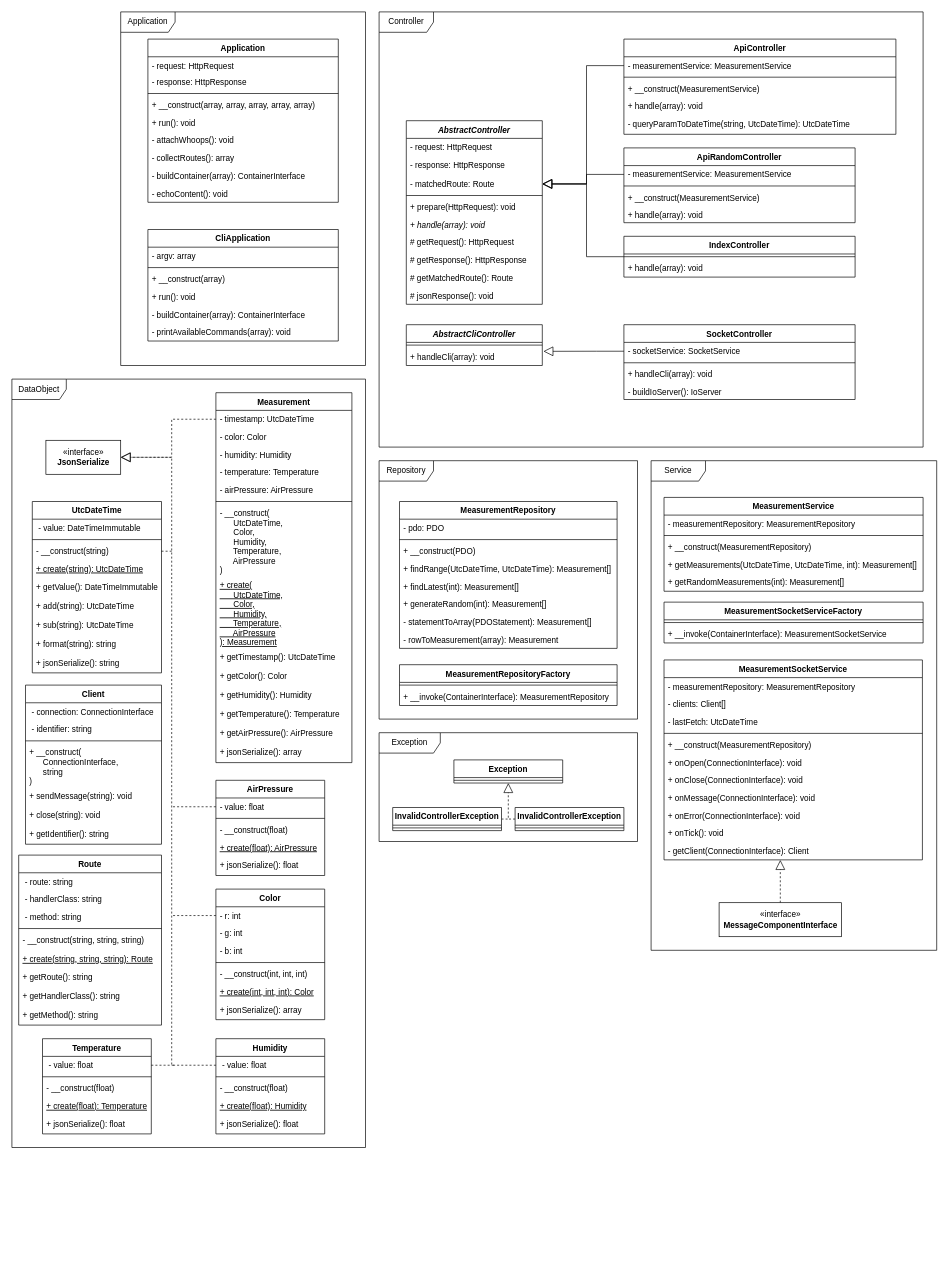
Earlier version of the draw.io diagram documentation/web-uml.drawio (trimethylpentan/sensorsystem). Source tidied: cells renumbered, new cells numbered last; positions are measured from the earlier drawing's top-left corner, leaving out a move shared by most shapes. Both pictures are drawn from the tidied source at 68%, with x=0, y=0 at pixel (12, 12).
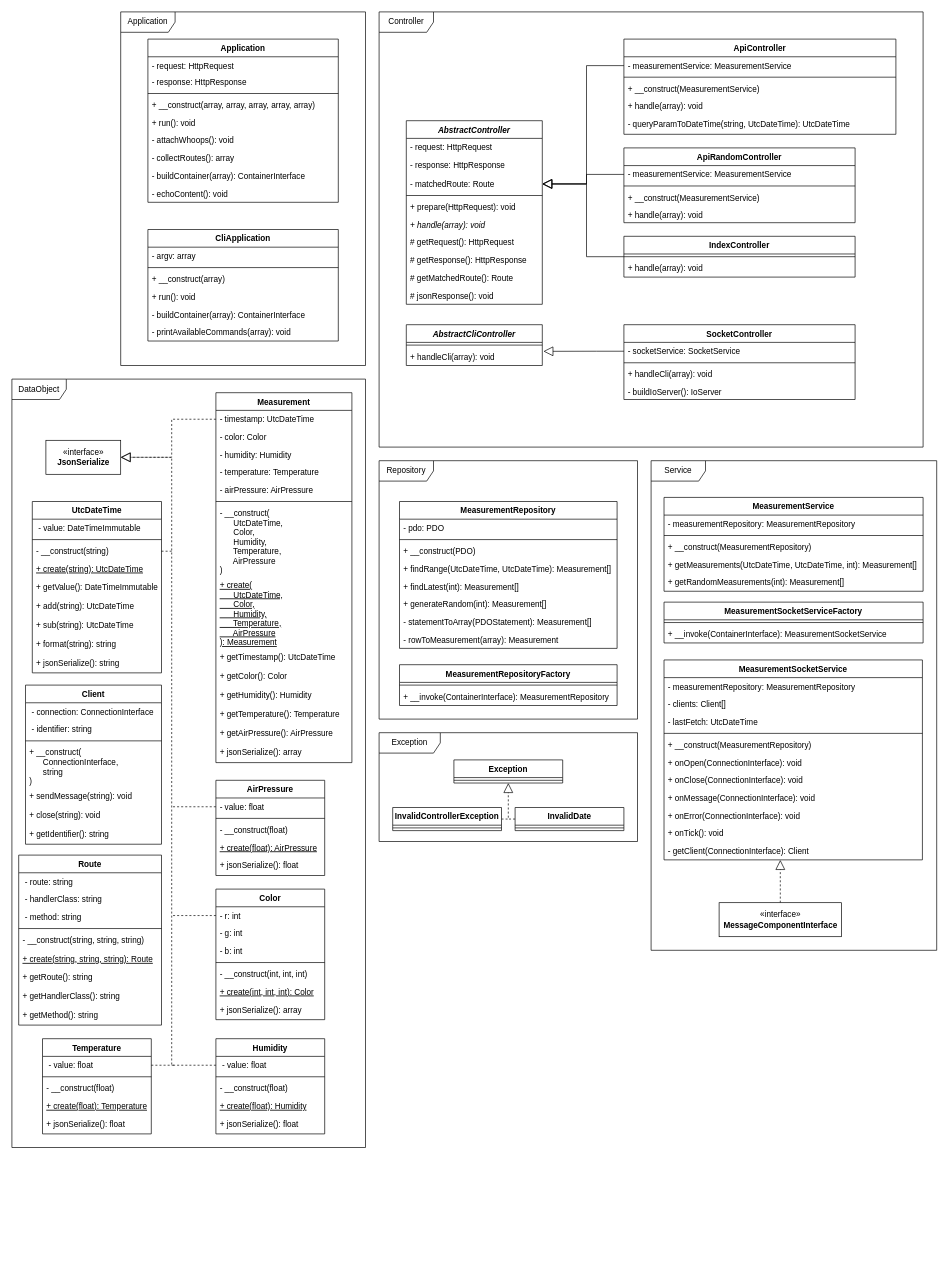
After the change.

Commit message (it also covers changes not shown here):
Bild für das frontent-uml hinzugefügt

The change refers to these unchanged cells:
```xml
<mxCell id="138" style="group;" parent="1" vertex="1">
  <mxGeometry x="540" y="1060" width="380" height="160" as="geometry" />
</mxCell>
```

Diff of the diagram source:
```diff
@@
-    <mxCell id="146" value="InvalidControllerException" style="swimlane;fontStyle=1;align=center;verticalAlign=top;horizontal=1;startSize=26;shadow=0;comic=0;" parent="138" vertex="1">
+    <mxCell id="146" value="InvalidDate" style="swimlane;fontStyle=1;align=center;verticalAlign=top;horizontal=1;startSize=26;shadow=0;comic=0;" parent="138" vertex="1">
       <mxGeometry x="200" y="110" width="160" height="34" as="geometry" />
     </mxCell>
```
